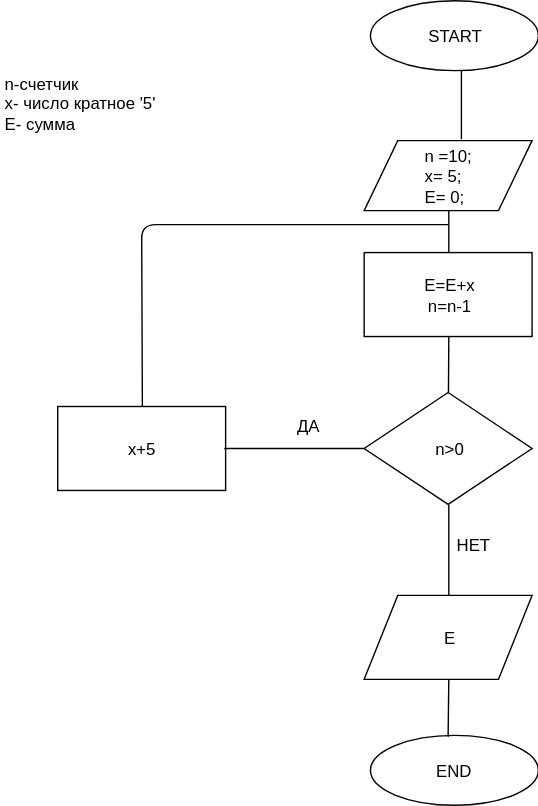
Di-Shat/JS-lesson-01 keeps this draw.io diagram as scheme2.svg. Above is the earlier version. Source tidied: cells renumbered, new cells last; positions are measured from the earlier drawing's top-left corner, leaving out a move shared by most shapes. Source of this version:
```xml
<mxGraphModel>
  <root>
    <mxCell id="0" />
    <mxCell id="1" parent="0" />
    <mxCell id="2" value="START" style="ellipse;whiteSpace=wrap;html=1;" parent="1" vertex="1">
      <mxGeometry x="263.5" width="120" height="50" as="geometry" />
    </mxCell>
    <mxCell id="3" value="&lt;div style=&quot;text-align: left&quot;&gt;&lt;span&gt;n =10;&lt;/span&gt;&lt;/div&gt;&lt;div style=&quot;text-align: left&quot;&gt;&lt;span&gt;x= 5;&lt;/span&gt;&lt;/div&gt;&lt;div style=&quot;text-align: left&quot;&gt;Е= 0;&lt;/div&gt;" style="shape=parallelogram;perimeter=parallelogramPerimeter;whiteSpace=wrap;html=1;" parent="1" vertex="1">
      <mxGeometry x="259.5" y="100" width="120" height="50" as="geometry" />
    </mxCell>
    <mxCell id="4" value="x+5" style="rounded=0;whiteSpace=wrap;html=1;" parent="1" vertex="1">
      <mxGeometry x="40.5" y="290" width="120" height="60" as="geometry" />
    </mxCell>
    <mxCell id="5" value="n&amp;gt;0" style="rhombus;whiteSpace=wrap;html=1;" parent="1" vertex="1">
      <mxGeometry x="259.5" y="280" width="120" height="80" as="geometry" />
    </mxCell>
    <mxCell id="6" value="E" style="shape=parallelogram;perimeter=parallelogramPerimeter;whiteSpace=wrap;html=1;" parent="1" vertex="1">
      <mxGeometry x="259.5" y="425" width="120" height="60" as="geometry" />
    </mxCell>
    <mxCell id="7" value="END" style="ellipse;whiteSpace=wrap;html=1;" parent="1" vertex="1">
      <mxGeometry x="263.5" y="524.5" width="120" height="50" as="geometry" />
    </mxCell>
    <mxCell id="8" value="n-счетчик&lt;br&gt;х- число кратное '5'&lt;br&gt;Е- сумма&lt;br&gt;" style="text;html=1;align=left;verticalAlign=top;spacingTop=-4;" parent="1" vertex="1">
      <mxGeometry x="0.5" y="50" width="120" height="40" as="geometry" />
    </mxCell>
    <mxCell id="9" style="endArrow=none;html=1;entryX=0.5;entryY=1;entryDx=0;entryDy=0;exitX=0.5;exitY=0;exitDx=0;exitDy=0;" parent="1" edge="1" source="10" target="3">
      <mxGeometry relative="1" as="geometry" />
    </mxCell>
    <mxCell id="10" value="&lt;br&gt;E=E+x&lt;br&gt;n=n-1&lt;br&gt;&lt;br&gt;" style="rounded=0;whiteSpace=wrap;html=1;" parent="1" vertex="1">
      <mxGeometry x="259.5" y="180" width="120" height="60" as="geometry" />
    </mxCell>
    <mxCell id="11" style="endArrow=none;html=1;entryX=0.5;entryY=1;entryDx=0;entryDy=0;" parent="1" edge="1" source="5" target="10">
      <mxGeometry relative="1" as="geometry" />
    </mxCell>
    <mxCell id="12" style="endArrow=none;html=1;entryX=0;entryY=0.5;entryDx=0;entryDy=0;" parent="1" edge="1" target="5">
      <mxGeometry relative="1" as="geometry">
        <mxPoint x="159.5" y="320" as="sourcePoint" />
      </mxGeometry>
    </mxCell>
    <mxCell id="13" value="НЕТ&lt;br&gt;&lt;br&gt;" style="text;html=1;align=left;verticalAlign=top;spacingTop=-4;" parent="1" vertex="1">
      <mxGeometry x="323.5" y="380" width="40" height="30" as="geometry" />
    </mxCell>
    <mxCell id="14" value="ДА&lt;br&gt;&lt;br&gt;" style="text;html=1;align=left;verticalAlign=top;spacingTop=-4;" parent="1" vertex="1">
      <mxGeometry x="209.5" y="295" width="30" height="30" as="geometry" />
    </mxCell>
    <mxCell id="15" style="endArrow=none;html=1;entryX=0.5;entryY=0;entryDx=0;entryDy=0;" parent="1" edge="1" target="4">
      <mxGeometry relative="1" as="geometry">
        <mxPoint x="319.5" y="160" as="sourcePoint" />
        <Array as="points">
          <mxPoint x="100.5" y="160" />
        </Array>
      </mxGeometry>
    </mxCell>
    <mxCell id="16" style="endArrow=none;html=1;entryX=0.5;entryY=1;entryDx=0;entryDy=0;exitX=0.5;exitY=0;exitDx=0;exitDy=0;" parent="1" edge="1" source="6" target="5">
      <mxGeometry relative="1" as="geometry" />
    </mxCell>
    <mxCell id="17" style="endArrow=none;html=1;entryX=0.5;entryY=1;entryDx=0;entryDy=0;" parent="1" edge="1" target="6">
      <mxGeometry relative="1" as="geometry">
        <mxPoint x="319.5" y="526" as="sourcePoint" />
      </mxGeometry>
    </mxCell>
    <mxCell id="18" style="endArrow=none;html=1;" parent="1" edge="1">
      <mxGeometry relative="1" as="geometry">
        <mxPoint x="329" y="50" as="sourcePoint" />
        <mxPoint x="329" y="99" as="targetPoint" />
      </mxGeometry>
    </mxCell>
  </root>
</mxGraphModel>
```
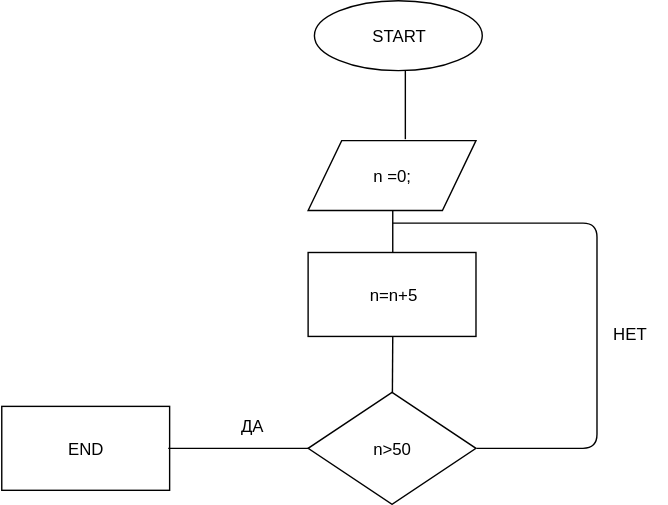
The same diagram one commit later.

The edit, as a diff of the source:
```diff
@@ -5,28 +5,19 @@
     <mxCell id="2" value="START" style="ellipse;whiteSpace=wrap;html=1;" parent="1" vertex="1">
       <mxGeometry x="263.5" width="120" height="50" as="geometry" />
     </mxCell>
-    <mxCell id="3" value="&lt;div style=&quot;text-align: left&quot;&gt;&lt;span&gt;n =10;&lt;/span&gt;&lt;/div&gt;&lt;div style=&quot;text-align: left&quot;&gt;&lt;span&gt;x= 5;&lt;/span&gt;&lt;/div&gt;&lt;div style=&quot;text-align: left&quot;&gt;Е= 0;&lt;/div&gt;" style="shape=parallelogram;perimeter=parallelogramPerimeter;whiteSpace=wrap;html=1;" parent="1" vertex="1">
+    <mxCell id="3" value="&lt;div style=&quot;text-align: left&quot;&gt;&lt;span&gt;n =0;&lt;/span&gt;&lt;/div&gt;" style="shape=parallelogram;perimeter=parallelogramPerimeter;whiteSpace=wrap;html=1;" parent="1" vertex="1">
       <mxGeometry x="259.5" y="100" width="120" height="50" as="geometry" />
     </mxCell>
-    <mxCell id="4" value="x+5" style="rounded=0;whiteSpace=wrap;html=1;" parent="1" vertex="1">
+    <mxCell id="4" value="END" style="rounded=0;whiteSpace=wrap;html=1;" parent="1" vertex="1">
       <mxGeometry x="40.5" y="290" width="120" height="60" as="geometry" />
     </mxCell>
-    <mxCell id="5" value="n&amp;gt;0" style="rhombus;whiteSpace=wrap;html=1;" parent="1" vertex="1">
+    <mxCell id="5" value="n&amp;gt;50" style="rhombus;whiteSpace=wrap;html=1;" parent="1" vertex="1">
       <mxGeometry x="259.5" y="280" width="120" height="80" as="geometry" />
     </mxCell>
-    <mxCell id="6" value="E" style="shape=parallelogram;perimeter=parallelogramPerimeter;whiteSpace=wrap;html=1;" parent="1" vertex="1">
-      <mxGeometry x="259.5" y="425" width="120" height="60" as="geometry" />
-    </mxCell>
-    <mxCell id="7" value="END" style="ellipse;whiteSpace=wrap;html=1;" parent="1" vertex="1">
-      <mxGeometry x="263.5" y="524.5" width="120" height="50" as="geometry" />
-    </mxCell>
-    <mxCell id="8" value="n-счетчик&lt;br&gt;х- число кратное '5'&lt;br&gt;Е- сумма&lt;br&gt;" style="text;html=1;align=left;verticalAlign=top;spacingTop=-4;" parent="1" vertex="1">
-      <mxGeometry x="0.5" y="50" width="120" height="40" as="geometry" />
-    </mxCell>
     <mxCell id="9" style="endArrow=none;html=1;entryX=0.5;entryY=1;entryDx=0;entryDy=0;exitX=0.5;exitY=0;exitDx=0;exitDy=0;" parent="1" edge="1" source="10" target="3">
       <mxGeometry relative="1" as="geometry" />
     </mxCell>
-    <mxCell id="10" value="&lt;br&gt;E=E+x&lt;br&gt;n=n-1&lt;br&gt;&lt;br&gt;" style="rounded=0;whiteSpace=wrap;html=1;" parent="1" vertex="1">
+    <mxCell id="10" value="&lt;br&gt;n=n+5&lt;br&gt;&lt;br&gt;" style="rounded=0;whiteSpace=wrap;html=1;" parent="1" vertex="1">
       <mxGeometry x="259.5" y="180" width="120" height="60" as="geometry" />
     </mxCell>
     <mxCell id="11" style="endArrow=none;html=1;entryX=0.5;entryY=1;entryDx=0;entryDy=0;" parent="1" edge="1" source="5" target="10">
@@ -38,32 +29,25 @@
       </mxGeometry>
     </mxCell>
     <mxCell id="13" value="НЕТ&lt;br&gt;&lt;br&gt;" style="text;html=1;align=left;verticalAlign=top;spacingTop=-4;" parent="1" vertex="1">
-      <mxGeometry x="323.5" y="380" width="40" height="30" as="geometry" />
+      <mxGeometry x="476" y="229" width="40" height="30" as="geometry" />
     </mxCell>
     <mxCell id="14" value="ДА&lt;br&gt;&lt;br&gt;" style="text;html=1;align=left;verticalAlign=top;spacingTop=-4;" parent="1" vertex="1">
       <mxGeometry x="209.5" y="295" width="30" height="30" as="geometry" />
     </mxCell>
-    <mxCell id="15" style="endArrow=none;html=1;entryX=0.5;entryY=0;entryDx=0;entryDy=0;" parent="1" edge="1" target="4">
-      <mxGeometry relative="1" as="geometry">
-        <mxPoint x="319.5" y="160" as="sourcePoint" />
-        <Array as="points">
-          <mxPoint x="100.5" y="160" />
-        </Array>
-      </mxGeometry>
-    </mxCell>
-    <mxCell id="16" style="endArrow=none;html=1;entryX=0.5;entryY=1;entryDx=0;entryDy=0;exitX=0.5;exitY=0;exitDx=0;exitDy=0;" parent="1" edge="1" source="6" target="5">
-      <mxGeometry relative="1" as="geometry" />
-    </mxCell>
-    <mxCell id="17" style="endArrow=none;html=1;entryX=0.5;entryY=1;entryDx=0;entryDy=0;" parent="1" edge="1" target="6">
-      <mxGeometry relative="1" as="geometry">
-        <mxPoint x="319.5" y="526" as="sourcePoint" />
-      </mxGeometry>
-    </mxCell>
     <mxCell id="18" style="endArrow=none;html=1;" parent="1" edge="1">
       <mxGeometry relative="1" as="geometry">
         <mxPoint x="329" y="50" as="sourcePoint" />
         <mxPoint x="329" y="99" as="targetPoint" />
       </mxGeometry>
     </mxCell>
+    <mxCell id="19" style="endArrow=none;html=1;entryX=1;entryY=0.5;entryDx=0;entryDy=0;" parent="1" edge="1" target="5">
+      <mxGeometry relative="1" as="geometry">
+        <mxPoint x="320" y="159" as="sourcePoint" />
+        <Array as="points">
+          <mxPoint x="466" y="159" />
+          <mxPoint x="466" y="320" />
+        </Array>
+      </mxGeometry>
+    </mxCell>
   </root>
 </mxGraphModel>
```
